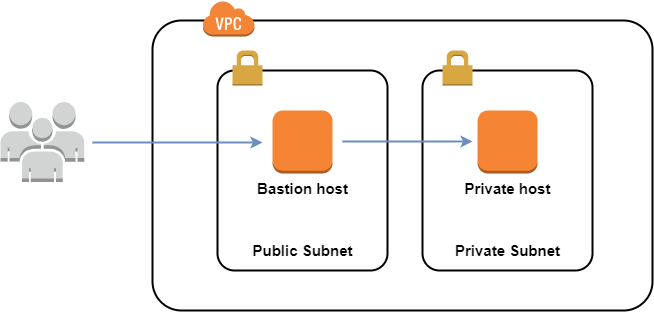
Earlier version of the draw.io export ec2_session_manager_setup.png (anna-shcherbak/cloud-images). Source tidied: cells renumbered, new cells last; positions are measured from the earlier drawing's top-left corner, leaving out a move shared by most shapes.
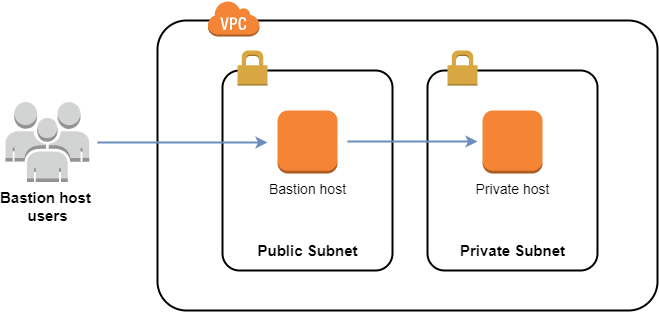
The same file after the commit.

The edit, as a diff of the source:
```diff
@@ -2,7 +2,10 @@
   <root>
     <mxCell id="0" />
     <mxCell id="1" parent="0" />
+    <mxCell id="11" style="rounded=1;arcSize=10;dashed=0;fillColor=none;gradientColor=none;strokeWidth=2;" parent="1" vertex="1">
+      <mxGeometry x="422" y="70" width="170" height="200" as="geometry" />
+    </mxCell>
-    <mxCell id="2" style="dashed=0;verticalLabelPosition=bottom;verticalAlign=top;align=center;html=1;shape=mxgraph.aws3.users;fillColor=#D2D3D3;gradientColor=none;" parent="1" vertex="1">
+    <mxCell id="2" value="&lt;font style=&quot;font-size: 15px&quot;&gt;&lt;b&gt;Bastion host &lt;br&gt;users&lt;/b&gt;&lt;/font&gt;" style="dashed=0;verticalLabelPosition=bottom;verticalAlign=top;align=center;html=1;shape=mxgraph.aws3.users;fillColor=#D2D3D3;gradientColor=none;" parent="1" vertex="1">
       <mxGeometry y="101.5" width="83.8" height="80" as="geometry" />
     </mxCell>
     <mxCell id="3" style="rounded=1;arcSize=10;dashed=0;fillColor=none;gradientColor=none;strokeWidth=2;" parent="1" vertex="1">
@@ -23,15 +26,12 @@
     <mxCell id="8" value="&lt;font style=&quot;font-size: 15px&quot;&gt;&lt;b style=&quot;font-size: 15px&quot;&gt;Private Subnet&lt;/b&gt;&lt;/font&gt;" style="text;html=1;align=center;verticalAlign=middle;strokeColor=none;fillColor=none;fontSize=15;" parent="1" vertex="1">
       <mxGeometry x="447" y="240" width="120" height="20" as="geometry" />
     </mxCell>
-    <mxCell id="9" value="&lt;b&gt;Bastion host&lt;/b&gt;" style="dashed=0;verticalLabelPosition=bottom;verticalAlign=top;align=center;html=1;shape=mxgraph.aws3.instance;fillColor=#F58534;gradientColor=none;fontSize=15;" parent="1" vertex="1">
+    <mxCell id="9" value="&lt;font style=&quot;font-size: 14px&quot;&gt;Bastion host&lt;/font&gt;" style="dashed=0;verticalLabelPosition=bottom;verticalAlign=top;align=center;html=1;shape=mxgraph.aws3.instance;fillColor=#F58534;gradientColor=none;fontSize=15;" parent="1" vertex="1">
       <mxGeometry x="272" y="110" width="60" height="63" as="geometry" />
     </mxCell>
-    <mxCell id="10" value="&lt;b&gt;Private host&lt;/b&gt;" style="dashed=0;verticalLabelPosition=bottom;verticalAlign=top;align=center;html=1;shape=mxgraph.aws3.instance;fillColor=#F58534;gradientColor=none;fontSize=15;" parent="1" vertex="1">
+    <mxCell id="10" value="&lt;font style=&quot;font-size: 14px&quot;&gt;Private host&lt;/font&gt;" style="dashed=0;verticalLabelPosition=bottom;verticalAlign=top;align=center;html=1;shape=mxgraph.aws3.instance;fillColor=#F58534;gradientColor=none;fontSize=15;" parent="1" vertex="1">
       <mxGeometry x="477" y="110" width="60" height="63" as="geometry" />
     </mxCell>
-    <mxCell id="11" style="rounded=1;arcSize=10;dashed=0;fillColor=none;gradientColor=none;strokeWidth=2;" parent="1" vertex="1">
-      <mxGeometry x="422" y="70" width="170" height="200" as="geometry" />
-    </mxCell>
     <mxCell id="12" style="endArrow=classic;html=1;rounded=0;fontSize=15;strokeWidth=2;fillColor=#dae8fc;strokeColor=#6c8ebf;" parent="1" edge="1">
       <mxGeometry relative="1" as="geometry">
         <mxPoint x="92" y="142" as="sourcePoint" />
```
